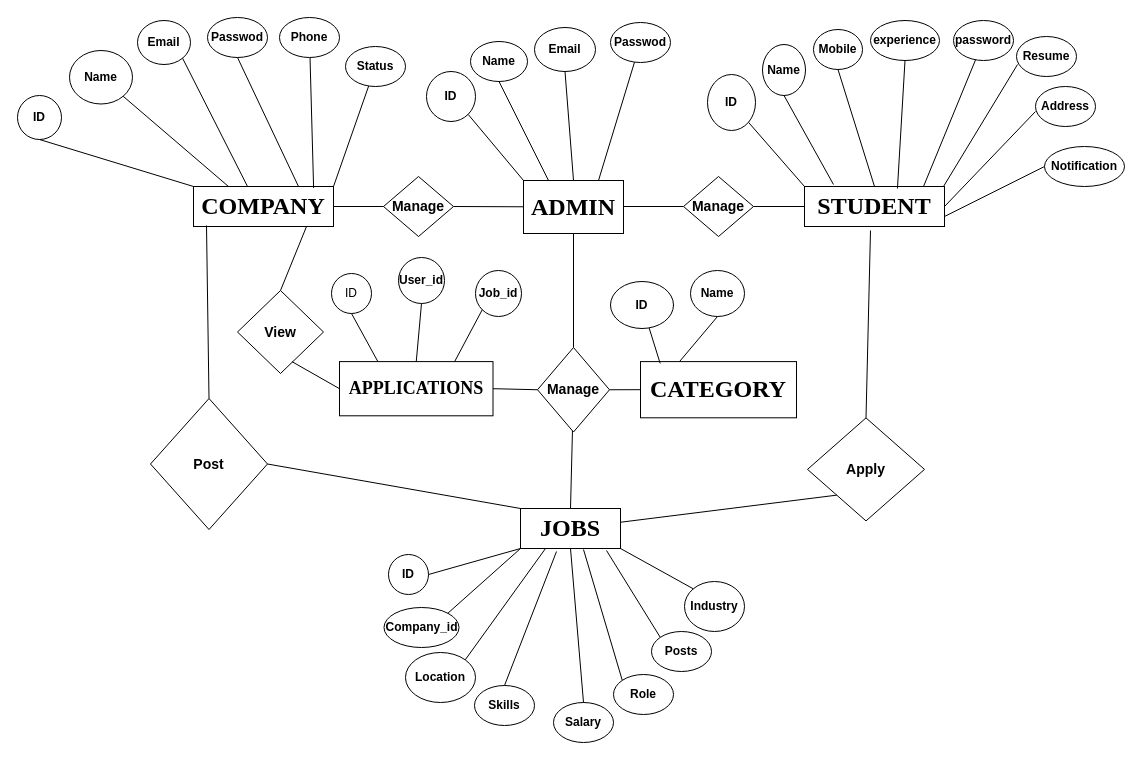
Above: company/ERdiagram.drawio in bhatkt71/campus (draw.io), before the change. Source tidied: cells renumbered, new cells numbered last; positions are measured from the earlier drawing's top-left corner, leaving out a move shared by most shapes. Both pictures are drawn from the tidied source at 100%, with x=0, y=0 at pixel (17, 17).
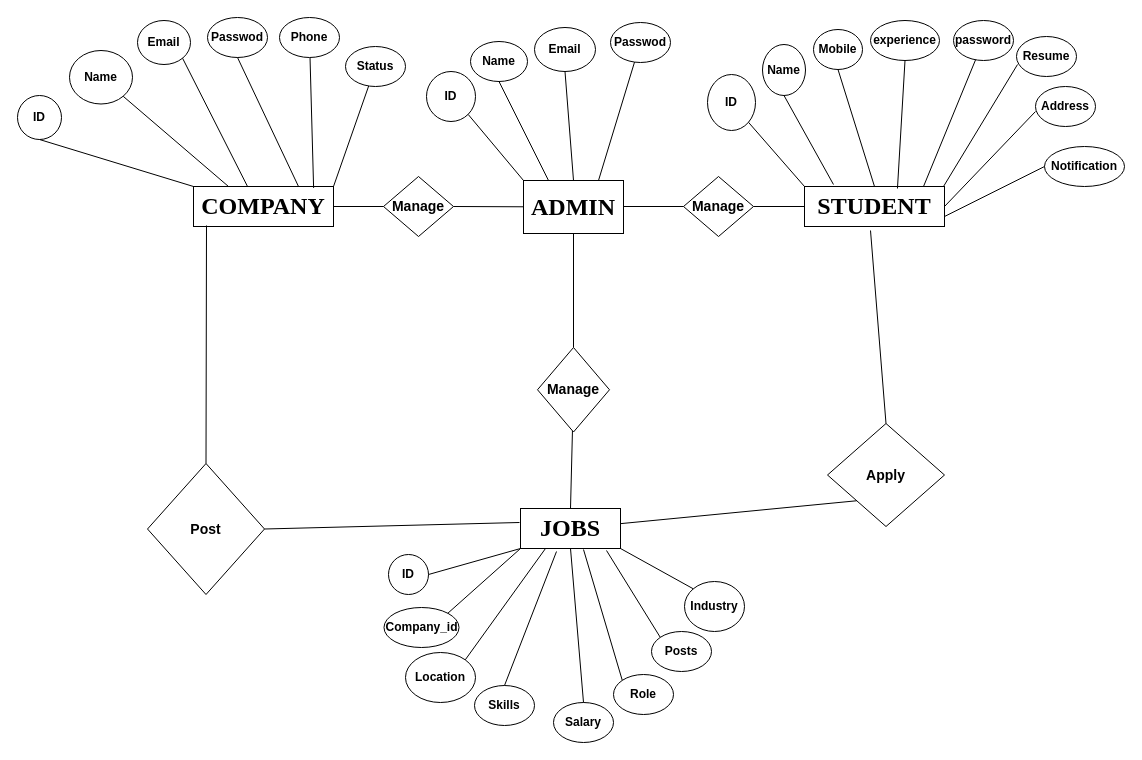
Above is the later version.

The change refers to these unchanged cells:
```xml
<mxCell id="7" value="&lt;b&gt;&lt;font face=&quot;Times New Roman&quot; style=&quot;font-size: 24px;&quot;&gt;JOBS&lt;/font&gt;&lt;/b&gt;" style="whiteSpace=wrap;html=1;" parent="1" vertex="1">
  <mxGeometry x="503" y="491" width="100" height="40" as="geometry" />
</mxCell>
<mxCell id="68" value="&lt;span style=&quot;font-size: 14px;&quot;&gt;&lt;b&gt;Manage&lt;/b&gt;&lt;/span&gt;" style="rhombus;whiteSpace=wrap;html=1;" parent="1" vertex="1">
  <mxGeometry x="520" y="330" width="72" height="84.5" as="geometry" />
</mxCell>
```

Diff of the diagram source:
```diff
@@
     <mxCell id="8" value="&lt;b&gt;&lt;font style=&quot;font-size: 14px;&quot;&gt;Apply&lt;/font&gt;&lt;/b&gt;" style="rhombus;whiteSpace=wrap;html=1;" parent="1" vertex="1">
-      <mxGeometry x="790" y="400.4" width="117" height="103" as="geometry" />
+      <mxGeometry x="810" y="406" width="117" height="103" as="geometry" />
     </mxCell>
     <mxCell id="9" value="&lt;b&gt;&lt;font style=&quot;font-size: 14px;&quot;&gt;Post&lt;/font&gt;&lt;/b&gt;" style="rhombus;whiteSpace=wrap;html=1;" parent="1" vertex="1">
-      <mxGeometry x="133" y="381" width="117" height="131" as="geometry" />
+      <mxGeometry x="130" y="446" width="117" height="131" as="geometry" />
     </mxCell>
@@
-    <mxCell id="15" style="endArrow=none;html=1;rounded=0;entryX=0;entryY=0;entryDx=0;entryDy=0;exitX=1;exitY=0.5;exitDx=0;exitDy=0;" parent="1" edge="1" source="9" target="7">
-      <mxGeometry relative="1" as="geometry" />
+    <mxCell id="15" style="endArrow=none;html=1;rounded=0;exitX=1;exitY=0.5;exitDx=0;exitDy=0;" parent="1" edge="1" source="9">
+      <mxGeometry relative="1" as="geometry">
+        <mxPoint x="502" y="505" as="targetPoint" />
+      </mxGeometry>
     </mxCell>
@@
-    <mxCell id="65" value="&lt;font face=&quot;Times New Roman&quot; style=&quot;font-size: 18px;&quot;&gt;&lt;b&gt;APPLICATIONS&lt;/b&gt;&lt;/font&gt;" style="whiteSpace=wrap;html=1;" parent="1" vertex="1">
-      <mxGeometry x="322" y="344.1" width="153.5" height="54.2" as="geometry" />
-    </mxCell>
-    <mxCell id="66" value="&lt;span style=&quot;font-size: 14px;&quot;&gt;&lt;b&gt;View&lt;/b&gt;&lt;/span&gt;" style="rhombus;whiteSpace=wrap;html=1;" parent="1" vertex="1">
-      <mxGeometry x="220" y="273" width="86" height="83" as="geometry" />
-    </mxCell>
-    <mxCell id="67" style="endArrow=none;html=1;rounded=0;exitX=0.5;exitY=0;exitDx=0;exitDy=0;" parent="1" edge="1" source="66">
-      <mxGeometry relative="1" as="geometry">
-        <mxPoint x="289" y="209" as="targetPoint" />
-      </mxGeometry>
-    </mxCell>
@@
-    <mxCell id="70" style="endArrow=none;html=1;rounded=0;entryX=0;entryY=0.5;entryDx=0;entryDy=0;exitX=0.633;exitY=0.857;exitDx=0;exitDy=0;exitPerimeter=0;" parent="1" edge="1" source="66" target="65">
-      <mxGeometry relative="1" as="geometry" />
-    </mxCell>
-    <mxCell id="71" style="endArrow=none;html=1;rounded=0;exitX=1;exitY=0.5;exitDx=0;exitDy=0;entryX=0;entryY=0.5;entryDx=0;entryDy=0;" parent="1" edge="1" source="65" target="68">
-      <mxGeometry relative="1" as="geometry" />
-    </mxCell>
-    <mxCell id="72" value="ID" style="ellipse;whiteSpace=wrap;html=1;" parent="1" vertex="1">
-      <mxGeometry x="314" y="256" width="40" height="40" as="geometry" />
-    </mxCell>
-    <mxCell id="73" value="&lt;b&gt;User_id&lt;/b&gt;" style="ellipse;whiteSpace=wrap;html=1;" parent="1" vertex="1">
-      <mxGeometry x="381" y="240" width="46" height="46" as="geometry" />
-    </mxCell>
-    <mxCell id="74" value="&lt;b&gt;Job_id&lt;/b&gt;" style="ellipse;whiteSpace=wrap;html=1;" parent="1" vertex="1">
-      <mxGeometry x="458" y="253" width="46" height="46" as="geometry" />
-    </mxCell>
-    <mxCell id="75" style="endArrow=none;html=1;rounded=0;exitX=0.25;exitY=0;exitDx=0;exitDy=0;entryX=0.5;entryY=1;entryDx=0;entryDy=0;" parent="1" edge="1" source="65" target="72">
-      <mxGeometry relative="1" as="geometry" />
-    </mxCell>
-    <mxCell id="76" style="endArrow=none;html=1;rounded=0;exitX=0.5;exitY=0;exitDx=0;exitDy=0;entryX=0.5;entryY=1;entryDx=0;entryDy=0;" parent="1" edge="1" source="65" target="73">
-      <mxGeometry relative="1" as="geometry" />
-    </mxCell>
-    <mxCell id="77" style="endArrow=none;html=1;rounded=0;exitX=0.75;exitY=0;exitDx=0;exitDy=0;entryX=0;entryY=1;entryDx=0;entryDy=0;" parent="1" edge="1" source="65" target="74">
-      <mxGeometry relative="1" as="geometry" />
-    </mxCell>
-    <mxCell id="78" value="&lt;font face=&quot;Times New Roman&quot;&gt;&lt;span style=&quot;font-size: 24px;&quot;&gt;&lt;b&gt;CATEGORY&lt;/b&gt;&lt;/span&gt;&lt;/font&gt;" style="whiteSpace=wrap;html=1;" parent="1" vertex="1">
-      <mxGeometry x="623" y="344.1" width="156" height="56.2" as="geometry" />
-    </mxCell>
-    <mxCell id="79" style="endArrow=none;html=1;rounded=0;entryX=0;entryY=0.5;entryDx=0;entryDy=0;exitX=1;exitY=0.5;exitDx=0;exitDy=0;" parent="1" edge="1" source="68" target="78">
-      <mxGeometry relative="1" as="geometry" />
-    </mxCell>
-    <mxCell id="80" value="&lt;b&gt;ID&lt;/b&gt;" style="ellipse;whiteSpace=wrap;html=1;" parent="1" vertex="1">
-      <mxGeometry x="593" y="264" width="63" height="47" as="geometry" />
-    </mxCell>
-    <mxCell id="81" value="&lt;b&gt;Name&lt;/b&gt;" style="ellipse;whiteSpace=wrap;html=1;" parent="1" vertex="1">
-      <mxGeometry x="673" y="253" width="54" height="46" as="geometry" />
-    </mxCell>
-    <mxCell id="82" style="endArrow=none;html=1;rounded=0;exitX=0.126;exitY=0.032;exitDx=0;exitDy=0;exitPerimeter=0;" parent="1" edge="1" source="78" target="80">
-      <mxGeometry relative="1" as="geometry" />
-    </mxCell>
-    <mxCell id="83" style="endArrow=none;html=1;rounded=0;entryX=0.5;entryY=1;entryDx=0;entryDy=0;exitX=0.25;exitY=0;exitDx=0;exitDy=0;" parent="1" edge="1" source="78" target="81">
-      <mxGeometry relative="1" as="geometry" />
-    </mxCell>
```
